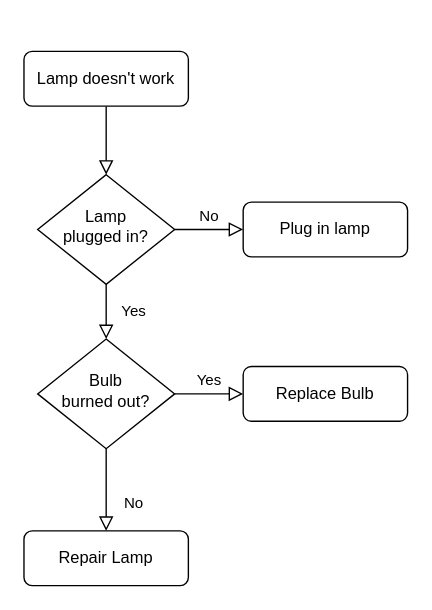
This is Untitled Diagram.drawio from BhavyaMehta2/UNET, a draw.io file, before an edit. Source tidied: cells renumbered, new cells numbered last; positions are measured from the earlier drawing's top-left corner, leaving out a move shared by most shapes. Both pictures are drawn from the tidied source at 137%, with x=0, y=0 at pixel (23, 51).
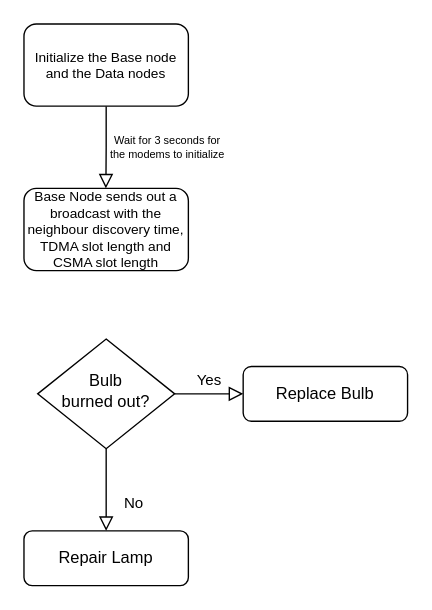
After the change.

What changed in the source:
```diff
@@
 <mxGraphModel>
   <root>
     <mxCell id="0" />
     <mxCell id="1" parent="0" />
-    <mxCell id="2" style="rounded=0;html=1;jettySize=auto;fontSize=11;endArrow=block;endFill=0;endSize=8;strokeWidth=1;shadow=0;labelBackgroundColor=none;edgeStyle=orthogonalEdgeStyle;" parent="1" edge="1" source="3" target="6">
-      <mxGeometry relative="1" as="geometry" />
+    <mxCell id="2" style="rounded=0;html=1;jettySize=auto;fontSize=11;endArrow=block;endFill=0;endSize=8;strokeWidth=1;shadow=0;labelBackgroundColor=none;edgeStyle=orthogonalEdgeStyle;exitX=0.5;exitY=1;exitDx=0;exitDy=0;" parent="1" edge="1" source="3">
+      <mxGeometry relative="1" as="geometry">
+        <mxPoint x="59.8" y="100" as="targetPoint" />
+      </mxGeometry>
     </mxCell>
-    <mxCell id="3" value="Lamp doesn't work" style="rounded=1;whiteSpace=wrap;html=1;fontSize=12;glass=0;strokeWidth=1;shadow=0;" parent="1" vertex="1">
-      <mxGeometry width="120" height="40" as="geometry" />
+    <mxCell id="3" value="Initialize the Base node and the Data nodes" style="rounded=1;whiteSpace=wrap;html=1;fontSize=10;glass=0;strokeWidth=1;shadow=0;" parent="1" vertex="1">
+      <mxGeometry y="-20" width="120" height="60" as="geometry" />
     </mxCell>
-    <mxCell id="4" value="Yes" style="rounded=0;html=1;jettySize=auto;fontSize=11;endArrow=block;endFill=0;endSize=8;strokeWidth=1;shadow=0;labelBackgroundColor=none;edgeStyle=orthogonalEdgeStyle;" parent="1" edge="1" source="6" target="10">
-      <mxGeometry y="20" relative="1" as="geometry" />
-    </mxCell>
-    <mxCell id="5" value="No" style="edgeStyle=orthogonalEdgeStyle;rounded=0;html=1;jettySize=auto;fontSize=11;endArrow=block;endFill=0;endSize=8;strokeWidth=1;shadow=0;labelBackgroundColor=none;" parent="1" edge="1" source="6" target="7">
-      <mxGeometry y="10" relative="1" as="geometry" />
-    </mxCell>
-    <mxCell id="6" value="Lamp&lt;br&gt;plugged in?" style="rhombus;whiteSpace=wrap;html=1;shadow=0;fontFamily=Helvetica;fontSize=12;align=center;strokeWidth=1;spacing=6;spacingTop=-4;" parent="1" vertex="1">
-      <mxGeometry x="10" y="90" width="100" height="80" as="geometry" />
-    </mxCell>
-    <mxCell id="7" value="Plug in lamp" style="rounded=1;whiteSpace=wrap;html=1;fontSize=12;glass=0;strokeWidth=1;shadow=0;" parent="1" vertex="1">
-      <mxGeometry x="160" y="110" width="120" height="40" as="geometry" />
-    </mxCell>
     <mxCell id="8" value="No" style="rounded=0;html=1;jettySize=auto;fontSize=11;endArrow=block;endFill=0;endSize=8;strokeWidth=1;shadow=0;labelBackgroundColor=none;edgeStyle=orthogonalEdgeStyle;" parent="1" edge="1" source="10" target="11">
       <mxGeometry x="0.33" y="20" relative="1" as="geometry" />
     </mxCell>
     <mxCell id="9" value="Yes" style="edgeStyle=orthogonalEdgeStyle;rounded=0;html=1;jettySize=auto;fontSize=11;endArrow=block;endFill=0;endSize=8;strokeWidth=1;shadow=0;labelBackgroundColor=none;" parent="1" edge="1" source="10" target="12">
       <mxGeometry y="10" relative="1" as="geometry" />
     </mxCell>
     <mxCell id="10" value="Bulb&lt;br&gt;burned out?" style="rhombus;whiteSpace=wrap;html=1;shadow=0;fontFamily=Helvetica;fontSize=12;align=center;strokeWidth=1;spacing=6;spacingTop=-4;" parent="1" vertex="1">
       <mxGeometry x="10" y="210" width="100" height="80" as="geometry" />
     </mxCell>
     <mxCell id="11" value="Repair Lamp" style="rounded=1;whiteSpace=wrap;html=1;fontSize=12;glass=0;strokeWidth=1;shadow=0;" parent="1" vertex="1">
       <mxGeometry y="350" width="120" height="40" as="geometry" />
     </mxCell>
     <mxCell id="12" value="Replace Bulb" style="rounded=1;whiteSpace=wrap;html=1;fontSize=12;glass=0;strokeWidth=1;shadow=0;" parent="1" vertex="1">
       <mxGeometry x="160" y="230" width="120" height="40" as="geometry" />
     </mxCell>
+    <mxCell id="13" value="&lt;font style=&quot;font-size: 8px;&quot;&gt;Wait for 3 seconds for the modems to initialize&lt;/font&gt;" style="text;strokeColor=none;align=center;fillColor=none;html=1;verticalAlign=middle;whiteSpace=wrap;rounded=0;rotation=0;flipV=1;flipH=0;horizontal=1;fontSize=8;" parent="1" vertex="1">
+      <mxGeometry x="60" y="60" width="90" height="20" as="geometry" />
+    </mxCell>
+    <mxCell id="14" value="Base Node sends out a broadcast with the neighbour discovery time, TDMA slot length and CSMA slot length" style="rounded=1;whiteSpace=wrap;html=1;fontSize=10;" parent="1" vertex="1">
+      <mxGeometry y="100" width="120" height="60" as="geometry" />
+    </mxCell>
   </root>
 </mxGraphModel>
```
